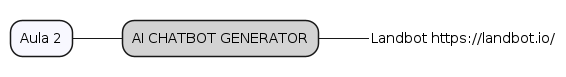
This is assets/docs/src/aula2/aula2.png from acnaweb/chatbot, a PlantUML export, as it was before one commit. The source it was exported from:
```plantuml
@startmindmap

*[#F8F8FF] Aula 2

**[#LightGray] AI CHATBOT GENERATOR

***_ Landbot https://landbot.io/

left side


@endmindmap
```
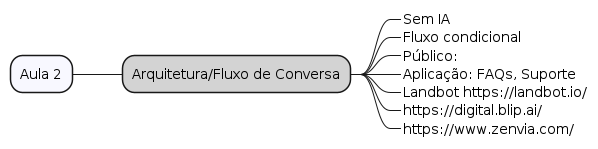
Above is the later version.

The edit, as a diff of the source:
```diff
@@ -2,9 +2,15 @@
 
 *[#F8F8FF] Aula 2
 
-**[#LightGray] AI CHATBOT GENERATOR
+**[#LightGray] Arquitetura/Fluxo de Conversa
 
+***_ Sem IA
+***_ Fluxo condicional
+***_ Público:
+***_ Aplicação: FAQs, Suporte
 ***_ Landbot https://landbot.io/
+***_ https://digital.blip.ai/
+***_ https://www.zenvia.com/
 
 left side
 
```
